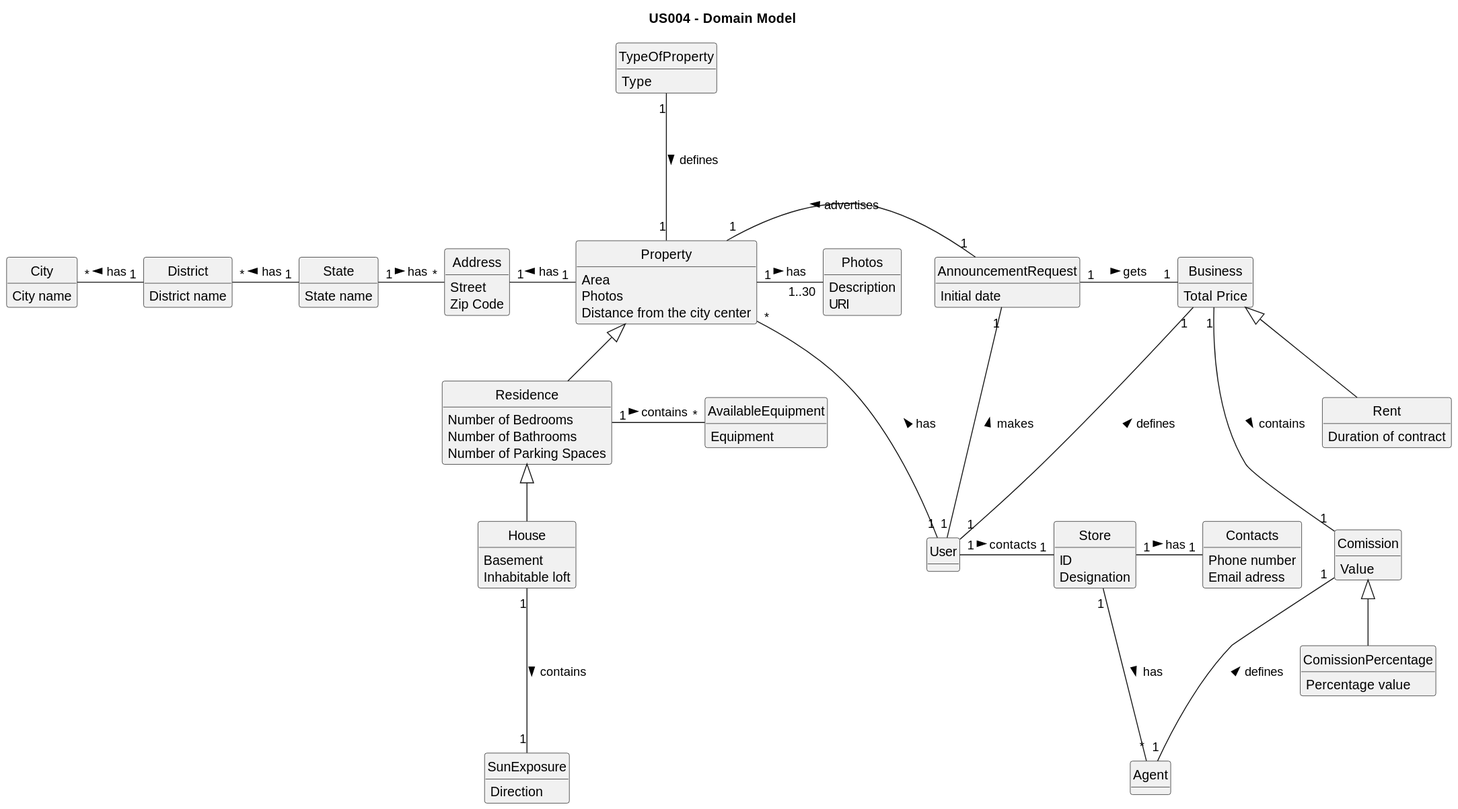
The PlantUML diagram docs/sprintB/US04/02.analysis/svg/us04-domain-model.svg in PureNimble/ISEP-LAPR2, before a commit.
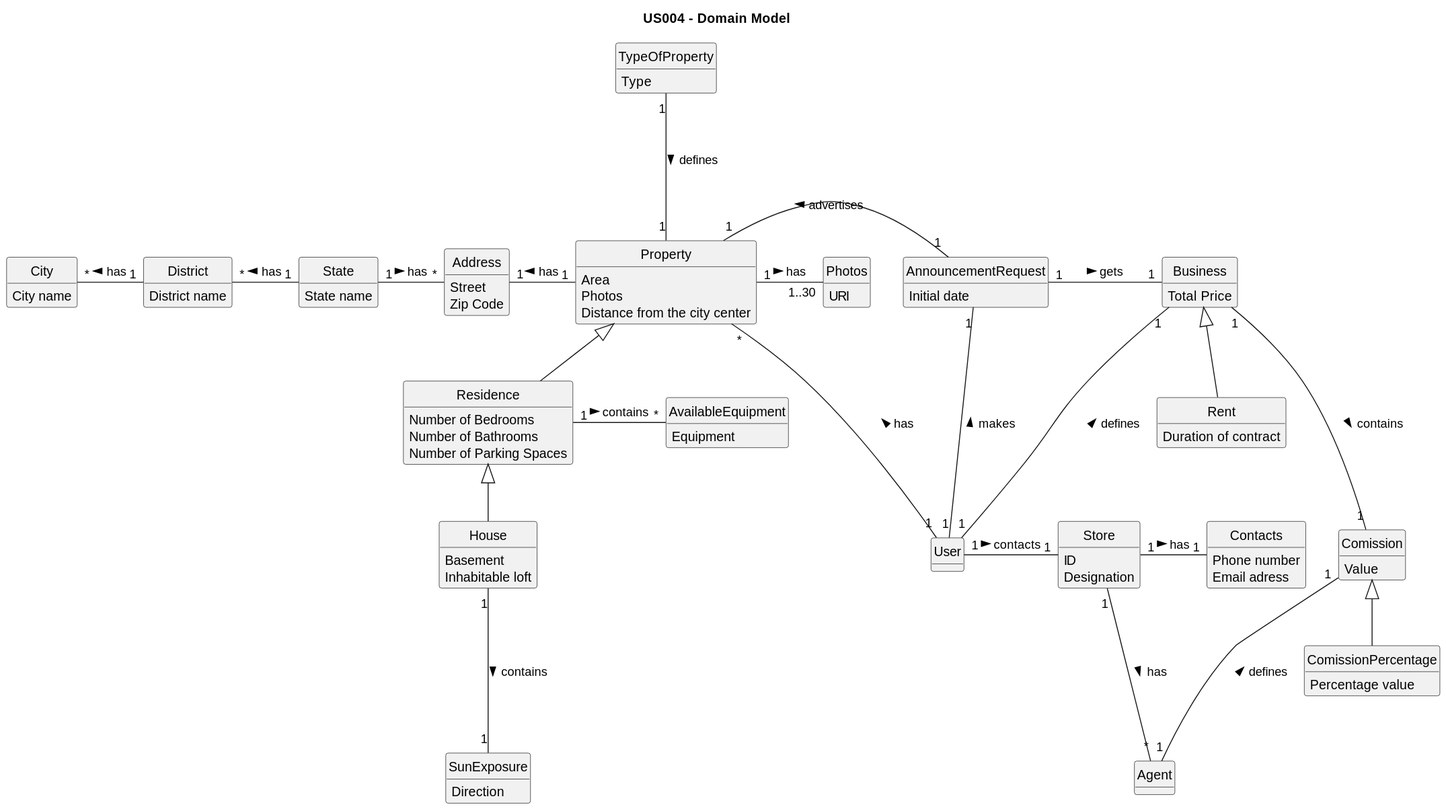
The same diagram one commit later.

Change to the diagram source:
```diff
@@ -9,44 +9,6 @@
 skinparam classAttributeIconSize 0
 hide circle
 hide methods
-
-class Property
-
-class House
-
-class Residence
-
-class Address
-
-class Contacts
-
-class User
-
-class Comission
-
-class Agent
-
-class Photos
-
-class Business
-
-class AvailableEquipment
-
-class Rent
-
-class SunExposure
-
-class Store
-
-class City
-
-class District
-
-class State
-
-class ComissionPercentage
-
-class AnnouncementRequest
 
 class TypeOfProperty{
     Type
@@ -61,7 +23,6 @@
 }
 
 class Photos {
-    Description
     URI
 }
 
```
